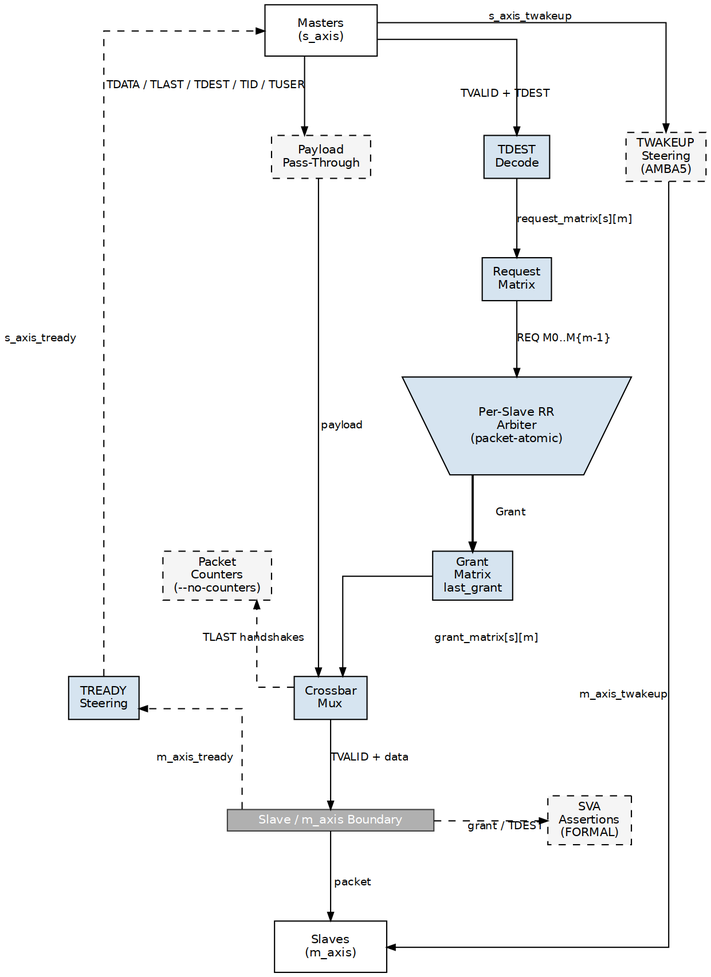
Above: projects/components/fabric-gen-ip/delta/docs/delta_mas/assets/graphviz/delta_mas_block_diagram.png in sean-galloway/RTLDesignSherpa (Graphviz), before the change. Its source is kept beside it as projects/components/fabric-gen-ip/delta/docs/delta_mas/assets/graphviz/delta_mas_block_diagram.dot.
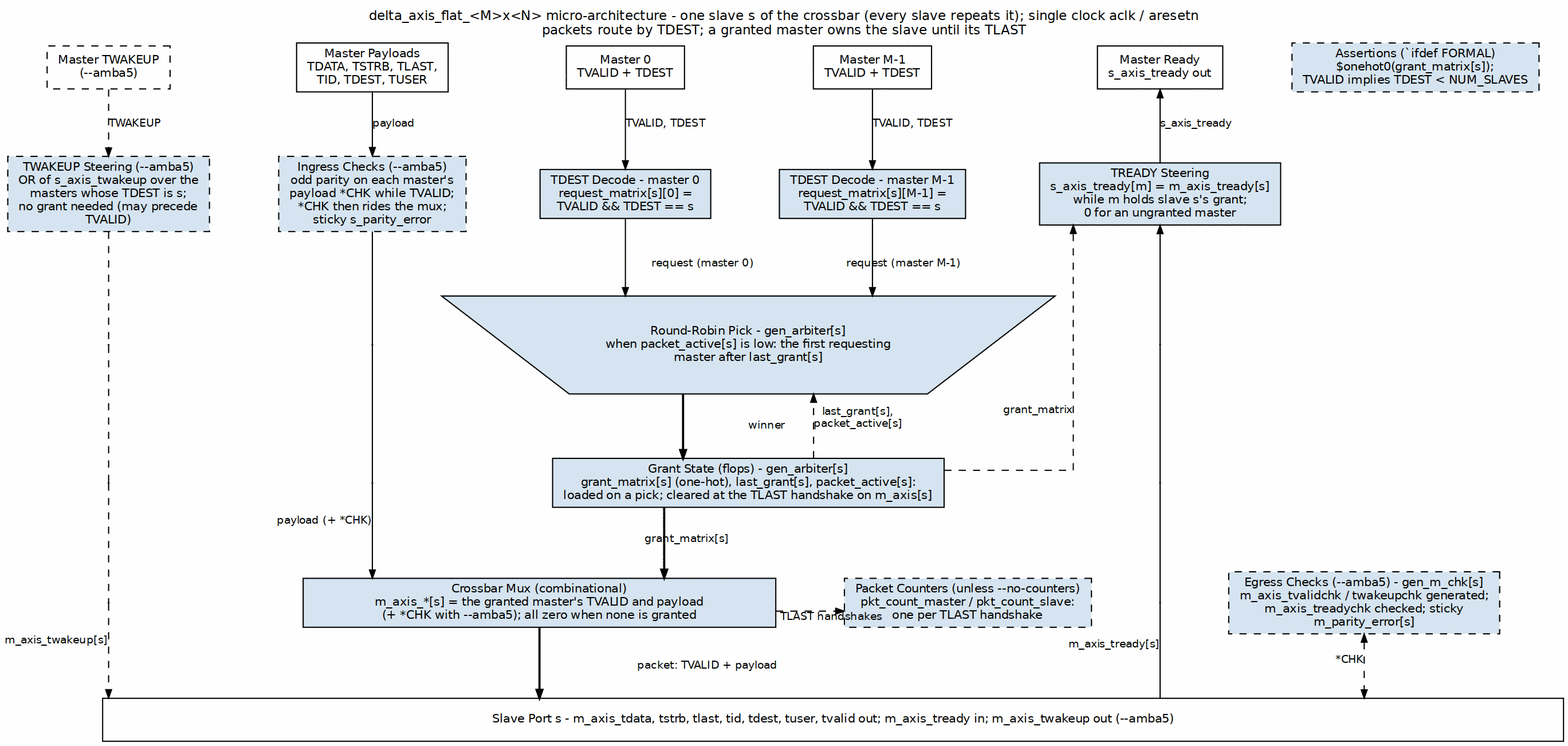
The same file after the commit.

The edit, as a diff of the source:
```diff
@@ -1,66 +1,81 @@
 digraph delta_mas_block_diagram {
-  graph [rankdir=TB, bgcolor="white", fontname="Helvetica", fontsize=11,
-         nodesep="0.45", ranksep="0.75", splines=ortho];
-  node  [fontname="Helvetica", fontsize=10, shape=box, style=filled,
-         fillcolor="#D6E4F0", color="black", margin="0.12,0.06"];
-  edge  [fontname="Helvetica", fontsize=9, color="black", arrowsize=0.7];
+    graph [rankdir=TB, bgcolor="white", fontname="Helvetica", fontsize=11,
+           nodesep="0.40", ranksep="0.60", splines=ortho, labelloc=t,
+           label="delta_axis_flat_<M>x<N> micro-architecture - one slave s of the crossbar (every slave repeats it); single clock aclk / aresetn\npackets route by TDEST; a granted master owns the slave until its TLAST"];
+    node  [fontname="Helvetica", fontsize=10, shape=box, style=filled,
+           fillcolor="#D6E4F0", color="black", margin="0.12,0.06"];
+    edge  [fontname="Helvetica", fontsize=9, color="black", arrowsize=0.7];
 
-  MASTERS [label="Masters\n(s_axis)", fillcolor="white", width=1.3, height=0.6];
-  SLAVES  [label="Slaves\n(m_axis)", fillcolor="white", width=1.3, height=0.6];
+    pwk [label="Master TWAKEUP\n(--amba5)", fillcolor="white", style="filled,dashed", group=W];
+    pp  [group=P, label="Master Payloads\nTDATA, TSTRB, TLAST,\nTID, TDEST, TUSER", fillcolor="white"];
+    p0  [label="Master 0\nTVALID + TDEST", fillcolor="white"];
+    pn  [label="Master M-1\nTVALID + TDEST", fillcolor="white"];
+    pr  [group=R, label="Master Ready\ns_axis_tready out", fillcolor="white"];
+    { rank=same; pwk; pp; p0; pn; pr; asr; }
+    pwk -> pp -> p0 -> pn -> pr -> asr [style=invis];
 
-  TDEST [label="TDEST\nDecode", shape=box];
-  REQ [label="Request\nMatrix", shape=box];
-  ARB [label="Per-Slave RR\nArbiter\n(packet-atomic)", shape=invtrapezium,
-       width=2.0, height=0.60, fillcolor="#D6E4F0"];
-  GRANT [label="Grant\nMatrix\nlast_grant", shape=box];
-  MUX [label="Crossbar\nMux", shape=box];
+    wk  [group=W, label="TWAKEUP Steering (--amba5)\nOR of s_axis_twakeup over the\nmasters whose TDEST is s;\nno grant needed (may precede\nTVALID)", style="filled,dashed"];
+    chk [group=P, label="Ingress Checks (--amba5)\nodd parity on each master's\npayload *CHK while TVALID;\n*CHK then rides the mux;\nsticky s_parity_error", style="filled,dashed"];
+    d0  [label="TDEST Decode - master 0\nrequest_matrix[s][0] =\nTVALID && TDEST == s"];
+    dn  [label="TDEST Decode - master M-1\nrequest_matrix[s][M-1] =\nTVALID && TDEST == s"];
+    rdy [group=R, label="TREADY Steering\ns_axis_tready[m] = m_axis_tready[s]\nwhile m holds slave s's grant;\n0 for an ungranted master"];
+    { rank=same; wk; chk; d0; dn; rdy; }
+    wk -> chk -> d0 -> dn -> rdy [style=invis];
 
-  BOUNDARY [label="Slave / m_axis Boundary", shape=box,
-            fillcolor="#B0B0B0", color="#404040", fontcolor="white",
-            width=2.4, height=0.25, style=filled, margin="0.05,0.02"];
+    pwk2 [shape=point, width=0.01, label="", group=W];
+    pp2  [shape=point, width=0.01, label="", group=P];
+    arb [label="Round-Robin Pick - gen_arbiter[s]\nwhen packet_active[s] is low: the first requesting\nmaster after last_grant[s]",
+         shape=invtrapezium, width=6.2, height=0.7];
+    pr2  [shape=point, width=0.01, label="", group=R];
+    { rank=same; pwk2; pp2; arb; pr2; }
+    pwk2 -> pp2 -> arb -> pr2 [style=invis];
 
-  PAYLOAD [label="Payload\nPass-Through", shape=box,
-           style="dashed,filled", fillcolor="#F5F5F5"];
+    pwk25 [shape=point, width=0.01, label="", group=W];
+    pp25  [shape=point, width=0.01, label="", group=P];
+    gst [label="Grant State (flops) - gen_arbiter[s]\ngrant_matrix[s] (one-hot), last_grant[s], packet_active[s]:\nloaded on a pick; cleared at the TLAST handshake on m_axis[s]"];
+    pr25  [shape=point, width=0.01, label="", group=R];
+    { rank=same; pwk25; pp25; gst; pr25; }
+    pwk25 -> pp25 -> gst -> pr25 [style=invis];
 
-  READY [label="TREADY\nSteering", shape=box, fillcolor="#D6E4F0"];
+    pwk3 [shape=point, width=0.01, label="", group=W];
+    mux [label="Crossbar Mux (combinational)\nm_axis_*[s] = the granted master's TVALID and payload\n(+ *CHK with --amba5); all zero when none is granted", width=5.5];
+    pr3  [shape=point, width=0.01, label="", group=R];
+    { rank=same; pwk3; mux; cnt; pr3; ech; }
+    pwk3 -> mux -> cnt -> pr3 -> ech [style=invis];
 
-  WAKEUP [label="TWAKEUP\nSteering\n(AMBA5)", shape=box,
-          style="dashed,filled", fillcolor="#F5F5F5"];
-  COUNTERS [label="Packet\nCounters\n(--no-counters)", shape=box,
-            style="dashed,filled", fillcolor="#F5F5F5"];
-  ASSERT [label="SVA\nAssertions\n(FORMAL)", shape=box,
-          style="dashed,filled", fillcolor="#F5F5F5"];
+    ech [label="Egress Checks (--amba5) - gen_m_chk[s]\nm_axis_tvalidchk / twakeupchk generated;\nm_axis_treadychk checked; sticky\nm_parity_error[s]", style="filled,dashed"];
+    asr [label="Assertions (`ifdef FORMAL)\n$onehot0(grant_matrix[s]);\nTVALID implies TDEST < NUM_SLAVES", style="filled,dashed"];
+    cnt [label="Packet Counters (unless --no-counters)\npkt_count_master / pkt_count_slave:\none per TLAST handshake", style="filled,dashed"];
 
-  { rank=same; MASTERS; }
-  { rank=same; PAYLOAD; TDEST; WAKEUP; }
-  { rank=same; REQ; }
-  { rank=same; ARB; }
-  { rank=same; GRANT; COUNTERS; }
-  { rank=same; MUX; READY; }
-  { rank=same; BOUNDARY; ASSERT; }
-  { rank=same; SLAVES; }
+    bar [label="Slave Port s - m_axis_tdata, tstrb, tlast, tid, tdest, tuser, tvalid out; m_axis_tready in; m_axis_twakeup out (--amba5)",
+         fillcolor="white", width=17];
 
-  MASTERS -> TDEST [label="TVALID + TDEST"];
-  TDEST -> REQ     [label="request_matrix[s][m]", weight=2];
-  REQ -> ARB       [label="REQ M0..M{m-1}", weight=2];
-  ARB -> GRANT     [label="Grant", penwidth=1.8, weight=2];
-  GRANT -> MUX     [label="grant_matrix[s][m]", weight=2];
-  MUX -> BOUNDARY  [label="TVALID + data", weight=2];
-  BOUNDARY -> SLAVES [label=" packet", weight=2];
+    pwk -> wk [label="TWAKEUP", style=dashed];
+    wk -> pwk2 [dir=none, style=dashed];
+    pwk2 -> pwk25 [dir=none, style=dashed];
+    pwk25 -> pwk3 [dir=none, style=dashed];
+    pwk3 -> bar [xlabel="m_axis_twakeup[s]", style=dashed];
 
-  MASTERS -> PAYLOAD [xlabel="TDATA / TLAST / TDEST / TID / TUSER"];
-  PAYLOAD -> MUX     [label="payload"];
+    pp -> chk [label="payload"];
+    chk -> pp2 [dir=none];
+    pp2 -> pp25 [dir=none];
+    pp25 -> mux [xlabel="payload (+ *CHK)"];
 
-  BOUNDARY -> READY [style=dashed, label="m_axis_tready"];
-  READY -> MASTERS  [style=dashed, label="s_axis_tready"];
+    p0 -> d0 [label="TVALID, TDEST"];
+    pn -> dn [label="TVALID, TDEST"];
+    d0 -> arb [label="request (master 0)"];
+    dn -> arb [label="request (master M-1)"];
+    arb -> gst [label="winner", penwidth=1.8];
+    gst -> mux [label="grant_matrix[s]", penwidth=1.8];
+    gst -> arb [style=dashed, xlabel="last_grant[s],\npacket_active[s]", constraint=false];
+    mux -> bar [label="packet: TVALID + payload", penwidth=1.8];
+    mux -> cnt [style=dashed, xlabel="TLAST handshakes"];
 
-  MASTERS -> WAKEUP [xlabel="s_axis_twakeup"];
-  WAKEUP -> SLAVES  [xlabel="m_axis_twakeup"];
-
-  MUX -> COUNTERS [style=dashed, label="TLAST handshakes"];
-  BOUNDARY -> ASSERT [style=dashed, label="grant / TDEST"];
-
-  MASTERS -> PAYLOAD [style=invis, weight=1];
-  PAYLOAD -> READY   [style=invis, weight=1];
-  TDEST -> WAKEUP    [style=invis, weight=1];
+    pr -> rdy [dir=back, label="s_axis_tready"];
+    rdy -> pr2 [dir=back];
+    pr2 -> pr25 [dir=none];
+    pr25 -> pr3 [dir=none];
+    pr3 -> bar [dir=none, xlabel="m_axis_tready[s]"];
+    ech -> bar [style=dashed, dir=both, xlabel="*CHK"];
+    gst -> rdy [style=dashed, xlabel="grant_matrix"];
 }
```
